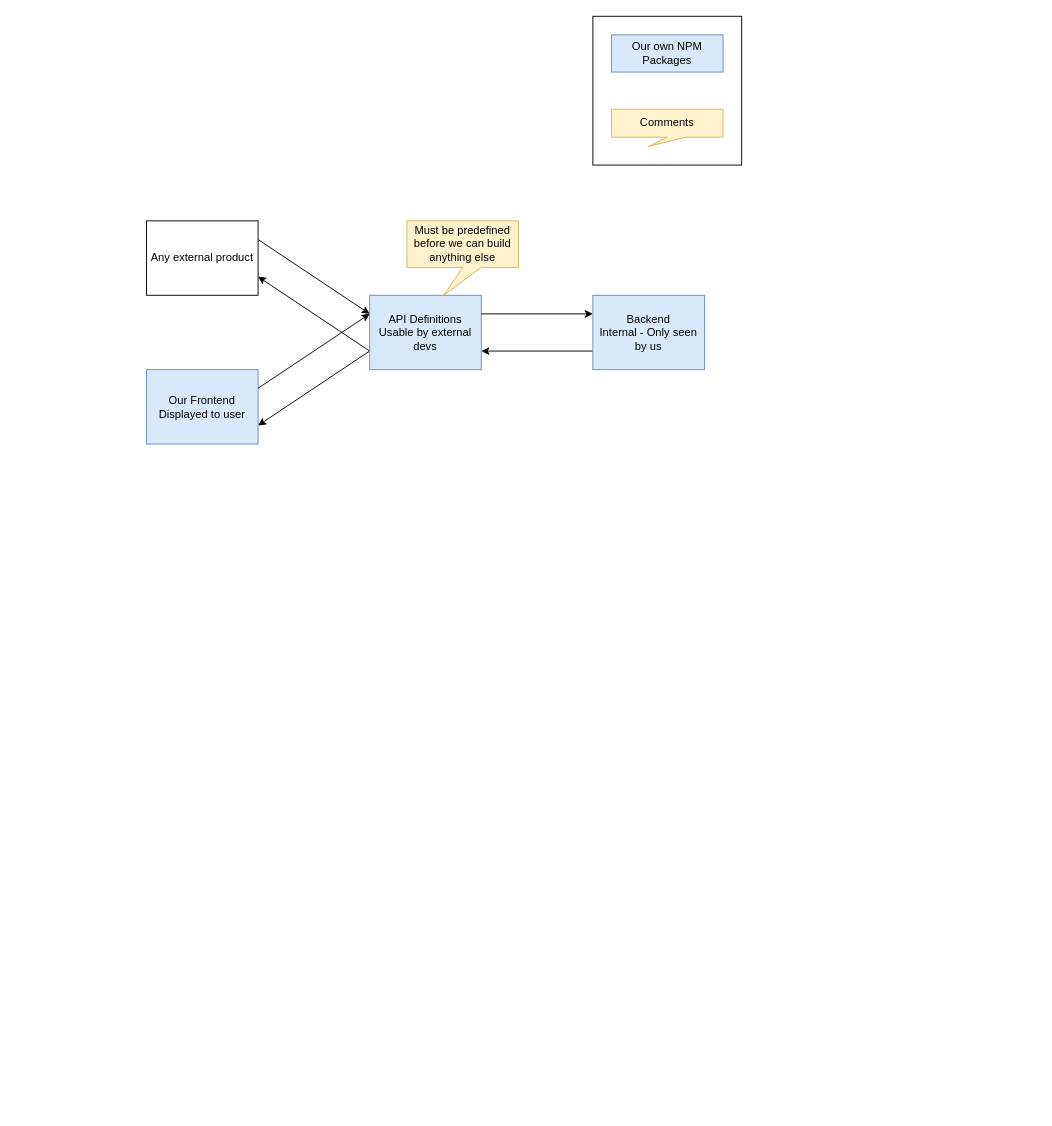
Earlier version of the draw.io diagram page "Full System" (1 of 3) of Primary Diagrams.drawio (nightmarlin/socia11y). Source tidied: cells renumbered, new cells numbered last; positions are measured from the earlier drawing's top-left corner, leaving out a move shared by most shapes. Both pictures are drawn from the tidied source at 93%, with x=0, y=0 at pixel (146, 16).
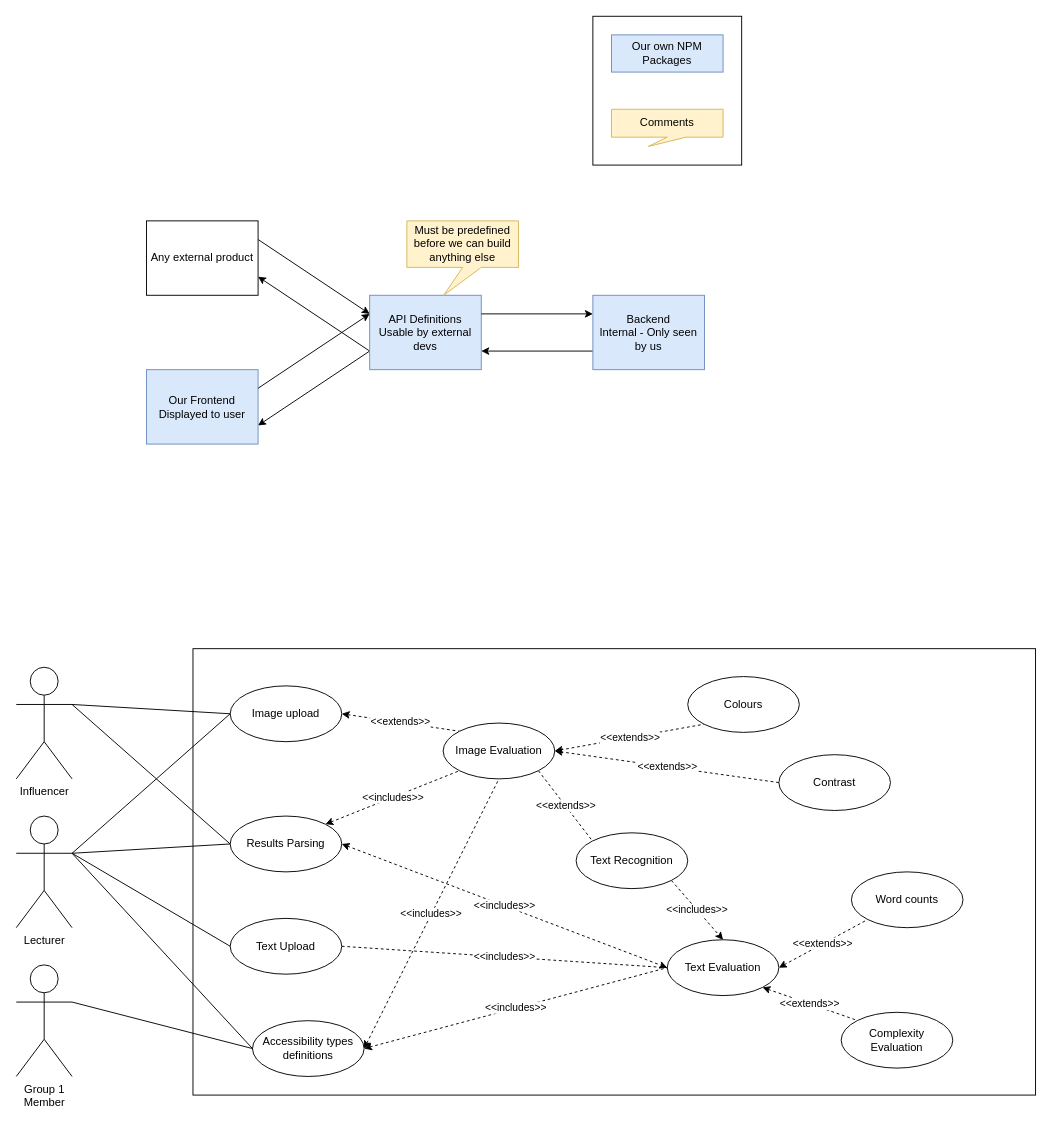
The same page after the edit.

What changed in the source:
```diff
@@
+    <mxCell id="16" style="rounded=0;whiteSpace=wrap;html=1;" parent="1" vertex="1">
+      <mxGeometry x="50" y="680" width="906" height="480" as="geometry" />
+    </mxCell>
+    <mxCell id="17" value="&amp;lt;&amp;lt;extends&amp;gt;&amp;gt;" style="edgeStyle=none;rounded=0;jettySize=auto;html=1;exitX=1;exitY=0.5;exitDx=0;exitDy=0;entryX=0;entryY=0;entryDx=0;entryDy=0;endArrow=none;endFill=0;dashed=1;startArrow=classic;startFill=1;" parent="1" edge="1" source="18" target="22">
+      <mxGeometry relative="1" as="geometry" />
+    </mxCell>
+    <mxCell id="18" value="Image upload" style="ellipse;whiteSpace=wrap;html=1;" parent="1" vertex="1">
+      <mxGeometry x="90" y="720" width="120" height="60" as="geometry" />
+    </mxCell>
+    <mxCell id="19" value="&amp;lt;&amp;lt;extends&amp;gt;&amp;gt;" style="edgeStyle=none;rounded=0;jettySize=auto;html=1;exitX=1;exitY=0.5;exitDx=0;exitDy=0;entryX=0;entryY=1;entryDx=0;entryDy=0;endArrow=none;endFill=0;dashed=1;startArrow=classic;startFill=1;" parent="1" edge="1" source="22" target="23">
+      <mxGeometry relative="1" as="geometry" />
+    </mxCell>
+    <mxCell id="20" value="&amp;lt;&amp;lt;extends&amp;gt;&amp;gt;" style="edgeStyle=none;rounded=0;jettySize=auto;html=1;exitX=1;exitY=0.5;exitDx=0;exitDy=0;entryX=0;entryY=0.5;entryDx=0;entryDy=0;endArrow=none;endFill=0;dashed=1;startArrow=classic;startFill=1;" parent="1" edge="1" source="22" target="24">
+      <mxGeometry relative="1" as="geometry" />
+    </mxCell>
+    <mxCell id="21" value="&amp;lt;&amp;lt;extends&amp;gt;&amp;gt;" style="edgeStyle=none;rounded=0;jettySize=auto;html=1;exitX=1;exitY=1;exitDx=0;exitDy=0;entryX=0;entryY=0;entryDx=0;entryDy=0;endArrow=none;endFill=0;dashed=1;" parent="1" edge="1" source="22" target="29">
+      <mxGeometry relative="1" as="geometry" />
+    </mxCell>
+    <mxCell id="22" value="Image Evaluation" style="ellipse;whiteSpace=wrap;html=1;" parent="1" vertex="1">
+      <mxGeometry x="319" y="760" width="120" height="60" as="geometry" />
+    </mxCell>
+    <mxCell id="23" value="Colours" style="ellipse;whiteSpace=wrap;html=1;" parent="1" vertex="1">
+      <mxGeometry x="582" y="710" width="120" height="60" as="geometry" />
+    </mxCell>
+    <mxCell id="24" value="Contrast" style="ellipse;whiteSpace=wrap;html=1;" parent="1" vertex="1">
+      <mxGeometry x="680" y="794" width="120" height="60" as="geometry" />
+    </mxCell>
+    <mxCell id="25" value="&amp;lt;&amp;lt;extends&amp;gt;&amp;gt;" style="edgeStyle=none;rounded=0;jettySize=auto;html=1;exitX=1;exitY=0.5;exitDx=0;exitDy=0;entryX=0;entryY=1;entryDx=0;entryDy=0;endArrow=none;endFill=0;dashed=1;startArrow=classic;startFill=1;" parent="1" edge="1" source="27" target="48">
+      <mxGeometry relative="1" as="geometry" />
+    </mxCell>
+    <mxCell id="26" value="&amp;lt;&amp;lt;extends&amp;gt;&amp;gt;" style="edgeStyle=none;rounded=0;jettySize=auto;html=1;exitX=1;exitY=1;exitDx=0;exitDy=0;entryX=0;entryY=0;entryDx=0;entryDy=0;endArrow=none;endFill=0;dashed=1;startArrow=classic;startFill=1;" parent="1" edge="1" source="27" target="49">
+      <mxGeometry relative="1" as="geometry" />
+    </mxCell>
+    <mxCell id="27" value="Text Evaluation" style="ellipse;whiteSpace=wrap;html=1;" parent="1" vertex="1">
+      <mxGeometry x="560" y="993" width="120" height="60" as="geometry" />
+    </mxCell>
+    <mxCell id="28" value="&amp;lt;&amp;lt;includes&amp;gt;&amp;gt;" style="edgeStyle=none;rounded=0;jettySize=auto;html=1;exitX=1;exitY=1;exitDx=0;exitDy=0;entryX=0.5;entryY=0;entryDx=0;entryDy=0;dashed=1;endArrow=classic;endFill=1;" parent="1" edge="1" source="29" target="27">
+      <mxGeometry relative="1" as="geometry" />
+    </mxCell>
+    <mxCell id="29" value="Text Recognition" style="ellipse;whiteSpace=wrap;html=1;" parent="1" vertex="1">
+      <mxGeometry x="462" y="878" width="120" height="60" as="geometry" />
+    </mxCell>
+    <mxCell id="30" value="&amp;lt;&amp;lt;includes&amp;gt;&amp;gt;" style="edgeStyle=none;rounded=0;jettySize=auto;html=1;exitX=1;exitY=0.5;exitDx=0;exitDy=0;entryX=0;entryY=0.5;entryDx=0;entryDy=0;endArrow=none;endFill=0;dashed=1;" parent="1" edge="1" source="31" target="27">
+      <mxGeometry relative="1" as="geometry" />
+    </mxCell>
+    <mxCell id="31" value="Text Upload" style="ellipse;whiteSpace=wrap;html=1;" parent="1" vertex="1">
+      <mxGeometry x="90" y="970" width="120" height="60" as="geometry" />
+    </mxCell>
+    <mxCell id="32" value="&amp;lt;&amp;lt;includes&amp;gt;&amp;gt;" style="edgeStyle=none;rounded=0;jettySize=auto;html=1;exitX=1;exitY=0.5;exitDx=0;exitDy=0;entryX=0;entryY=0.5;entryDx=0;entryDy=0;endArrow=none;endFill=0;dashed=1;startArrow=classic;startFill=1;" parent="1" edge="1" source="34" target="27">
+      <mxGeometry relative="1" as="geometry" />
+    </mxCell>
+    <mxCell id="33" value="&amp;lt;&amp;lt;includes&amp;gt;&amp;gt;" style="edgeStyle=none;rounded=0;jettySize=auto;html=1;exitX=1;exitY=0.5;exitDx=0;exitDy=0;entryX=0.5;entryY=1;entryDx=0;entryDy=0;endArrow=none;endFill=0;dashed=1;startArrow=classic;startFill=1;" parent="1" edge="1" source="34" target="22">
+      <mxGeometry relative="1" as="geometry" />
+    </mxCell>
+    <mxCell id="34" value="Accessibility types definitions" style="ellipse;whiteSpace=wrap;html=1;" parent="1" vertex="1">
+      <mxGeometry x="114" y="1080" width="120" height="60" as="geometry" />
+    </mxCell>
+    <mxCell id="35" style="rounded=0;jettySize=auto;html=1;exitX=1;exitY=0.3333333333333333;exitDx=0;exitDy=0;exitPerimeter=0;entryX=0;entryY=0.5;entryDx=0;entryDy=0;endArrow=none;endFill=0;" parent="1" edge="1" source="37" target="18">
+      <mxGeometry relative="1" as="geometry" />
+    </mxCell>
+    <mxCell id="36" style="edgeStyle=none;rounded=0;jettySize=auto;html=1;exitX=1;exitY=0.3333333333333333;exitDx=0;exitDy=0;exitPerimeter=0;entryX=0;entryY=0.5;entryDx=0;entryDy=0;endArrow=none;endFill=0;" parent="1" edge="1" source="37" target="47">
+      <mxGeometry relative="1" as="geometry" />
+    </mxCell>
+    <mxCell id="37" value="Influencer" style="shape=umlActor;verticalLabelPosition=bottom;verticalAlign=top;html=1;outlineConnect=0;" parent="1" vertex="1">
+      <mxGeometry x="-140" y="700" width="60" height="120" as="geometry" />
+    </mxCell>
+    <mxCell id="38" style="edgeStyle=none;rounded=0;jettySize=auto;html=1;exitX=1;exitY=0.3333333333333333;exitDx=0;exitDy=0;exitPerimeter=0;entryX=0;entryY=0.5;entryDx=0;entryDy=0;endArrow=none;endFill=0;" parent="1" edge="1" source="39" target="34">
+      <mxGeometry relative="1" as="geometry" />
+    </mxCell>
+    <mxCell id="39" value="Group 1&lt;br&gt;Member" style="shape=umlActor;verticalLabelPosition=bottom;verticalAlign=top;html=1;outlineConnect=0;" parent="1" vertex="1">
+      <mxGeometry x="-140" y="1020" width="60" height="120" as="geometry" />
+    </mxCell>
+    <mxCell id="40" style="edgeStyle=none;rounded=0;jettySize=auto;html=1;exitX=1;exitY=0.3333333333333333;exitDx=0;exitDy=0;exitPerimeter=0;entryX=0;entryY=0.5;entryDx=0;entryDy=0;endArrow=none;endFill=0;" parent="1" edge="1" source="44" target="18">
+      <mxGeometry relative="1" as="geometry" />
+    </mxCell>
+    <mxCell id="41" style="edgeStyle=none;rounded=0;jettySize=auto;html=1;exitX=1;exitY=0.3333333333333333;exitDx=0;exitDy=0;exitPerimeter=0;entryX=0;entryY=0.5;entryDx=0;entryDy=0;endArrow=none;endFill=0;" parent="1" edge="1" source="44" target="47">
+      <mxGeometry relative="1" as="geometry" />
+    </mxCell>
+    <mxCell id="42" style="edgeStyle=none;rounded=0;jettySize=auto;html=1;exitX=1;exitY=0.3333333333333333;exitDx=0;exitDy=0;exitPerimeter=0;entryX=0;entryY=0.5;entryDx=0;entryDy=0;endArrow=none;endFill=0;" parent="1" edge="1" source="44" target="31">
+      <mxGeometry relative="1" as="geometry" />
+    </mxCell>
+    <mxCell id="43" style="edgeStyle=none;rounded=0;jettySize=auto;html=1;exitX=1;exitY=0.3333333333333333;exitDx=0;exitDy=0;exitPerimeter=0;entryX=0;entryY=0.5;entryDx=0;entryDy=0;endArrow=none;endFill=0;" parent="1" edge="1" source="44" target="34">
+      <mxGeometry relative="1" as="geometry" />
+    </mxCell>
+    <mxCell id="44" value="Lecturer" style="shape=umlActor;verticalLabelPosition=bottom;verticalAlign=top;html=1;outlineConnect=0;" parent="1" vertex="1">
+      <mxGeometry x="-140" y="860" width="60" height="120" as="geometry" />
+    </mxCell>
+    <mxCell id="45" value="&amp;lt;&amp;lt;includes&amp;gt;&amp;gt;" style="edgeStyle=none;rounded=0;jettySize=auto;html=1;exitX=1;exitY=0;exitDx=0;exitDy=0;entryX=0;entryY=1;entryDx=0;entryDy=0;dashed=1;endArrow=none;endFill=0;startArrow=classic;startFill=1;" parent="1" edge="1" source="47" target="22">
+      <mxGeometry relative="1" as="geometry" />
+    </mxCell>
+    <mxCell id="46" value="&amp;lt;&amp;lt;includes&amp;gt;&amp;gt;" style="edgeStyle=none;rounded=0;jettySize=auto;html=1;exitX=1;exitY=0.5;exitDx=0;exitDy=0;entryX=0;entryY=0.5;entryDx=0;entryDy=0;dashed=1;startArrow=classic;startFill=1;endArrow=classic;endFill=1;" parent="1" edge="1" source="47" target="27">
+      <mxGeometry relative="1" as="geometry" />
+    </mxCell>
+    <mxCell id="47" value="Results Parsing" style="ellipse;whiteSpace=wrap;html=1;" parent="1" vertex="1">
+      <mxGeometry x="90" y="860" width="120" height="60" as="geometry" />
+    </mxCell>
+    <mxCell id="48" value="Word counts" style="ellipse;whiteSpace=wrap;html=1;" parent="1" vertex="1">
+      <mxGeometry x="758" y="920" width="120" height="60" as="geometry" />
+    </mxCell>
+    <mxCell id="49" value="Complexity Evaluation" style="ellipse;whiteSpace=wrap;html=1;" parent="1" vertex="1">
+      <mxGeometry x="747" y="1071" width="120" height="60" as="geometry" />
+    </mxCell>
```
